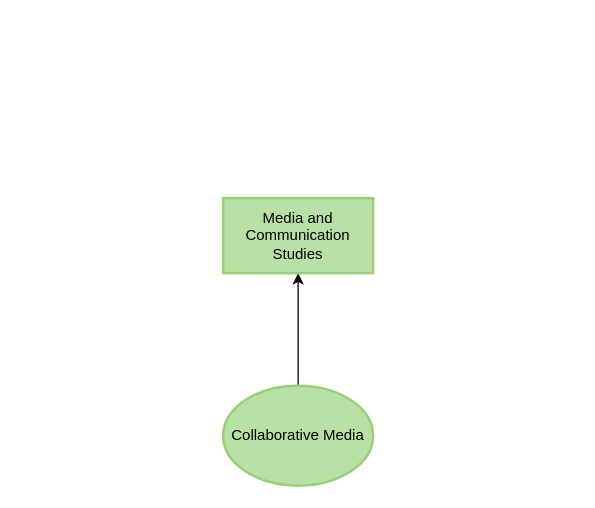
Before: Untitled Diagram.drawio in carloprato/mygithubpage, a draw.io diagram. Source tidied: cells renumbered, new cells numbered last; positions are measured from the earlier drawing's top-left corner, leaving out a move shared by most shapes. Both pictures are drawn from the tidied source at 125%, with x=0, y=0 at pixel (222, 198).
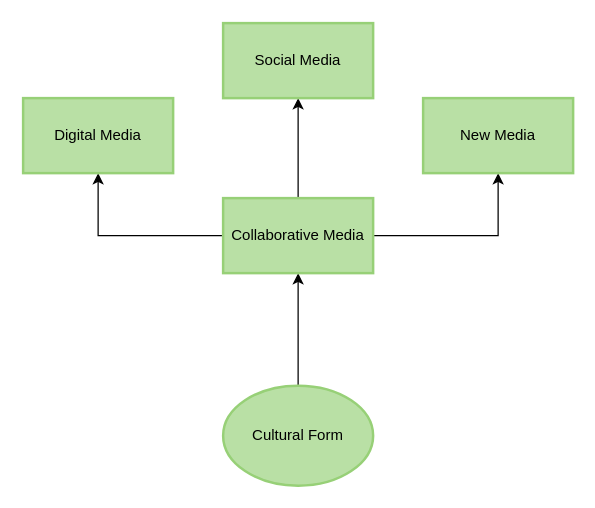
After the change.

Commit message:
Collaborative Media Concept Map

What changed in the source:
```diff
@@
 <mxGraphModel background="#ffffff">
   <root>
     <mxCell id="0" />
     <mxCell id="1" parent="0" />
     <mxCell id="2" style="edgeStyle=orthogonalEdgeStyle;rounded=0;jettySize=auto;html=1;" parent="1" edge="1" source="3" target="4">
       <mxGeometry relative="1" as="geometry" />
     </mxCell>
-    <mxCell id="3" value="Collaborative Media" style="ellipse;whiteSpace=wrap;html=1;strokeWidth=2;fillColor=#B9E0A5;strokeColor=#97D077;" parent="1" vertex="1">
+    <mxCell id="3" value="&lt;div&gt;Cultural Form&lt;/div&gt;" style="ellipse;whiteSpace=wrap;html=1;strokeWidth=2;fillColor=#B9E0A5;strokeColor=#97D077;" parent="1" vertex="1">
       <mxGeometry y="150" width="120" height="80" as="geometry" />
     </mxCell>
+    <mxCell id="5" style="edgeStyle=orthogonalEdgeStyle;rounded=0;jettySize=auto;html=1;" parent="1" edge="1" source="4" target="8">
+      <mxGeometry relative="1" as="geometry" />
+    </mxCell>
+    <mxCell id="6" style="edgeStyle=orthogonalEdgeStyle;rounded=0;jettySize=auto;html=1;" parent="1" edge="1" source="4" target="9">
+      <mxGeometry relative="1" as="geometry" />
+    </mxCell>
+    <mxCell id="7" style="edgeStyle=orthogonalEdgeStyle;rounded=0;jettySize=auto;html=1;" parent="1" edge="1" source="4" target="10">
+      <mxGeometry relative="1" as="geometry" />
+    </mxCell>
-    <mxCell id="4" value="Media and Communication Studies" style="whiteSpace=wrap;html=1;strokeColor=#97D077;strokeWidth=2;fillColor=#B9E0A5;" parent="1" vertex="1">
+    <mxCell id="4" value="Collaborative Media" style="whiteSpace=wrap;html=1;strokeColor=#97D077;strokeWidth=2;fillColor=#B9E0A5;" parent="1" vertex="1">
       <mxGeometry width="120" height="60" as="geometry" />
     </mxCell>
+    <mxCell id="8" value="Digital Media" style="whiteSpace=wrap;html=1;strokeColor=#97D077;strokeWidth=2;fillColor=#B9E0A5;" parent="1" vertex="1">
+      <mxGeometry x="-160" y="-80" width="120" height="60" as="geometry" />
+    </mxCell>
+    <mxCell id="9" value="Social Media" style="whiteSpace=wrap;html=1;strokeColor=#97D077;strokeWidth=2;fillColor=#B9E0A5;" parent="1" vertex="1">
+      <mxGeometry y="-140" width="120" height="60" as="geometry" />
+    </mxCell>
+    <mxCell id="10" value="New Media" style="whiteSpace=wrap;html=1;strokeColor=#97D077;strokeWidth=2;fillColor=#B9E0A5;" parent="1" vertex="1">
+      <mxGeometry x="160" y="-80" width="120" height="60" as="geometry" />
+    </mxCell>
   </root>
 </mxGraphModel>
```
